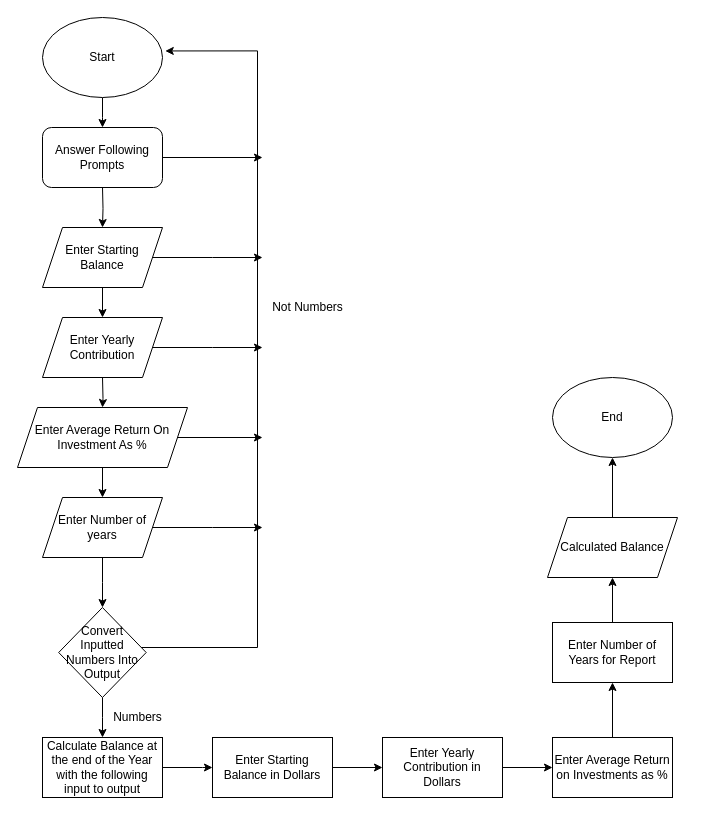
This is AdvPseudoFlow-Diagram.drawio from WilsonTalentCenter/advpseudoflow-ns6600, a draw.io file, before an edit. Source tidied: cells renumbered, new cells numbered last; positions are measured from the earlier drawing's top-left corner, leaving out a move shared by most shapes. Both pictures are drawn from the tidied source at 100%, with x=0, y=0 at pixel (17, 17).
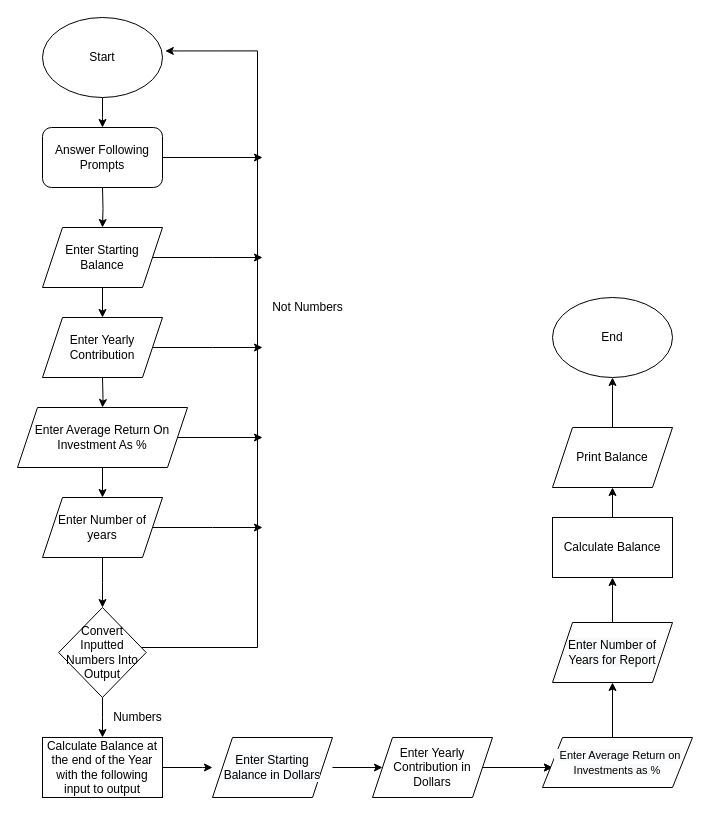
The same diagram, later.

Unchanged cells that the change refers to:
```xml
<mxCell id="33" value="Calculate Balance at the end of the Year with the following input to output" style="rounded=0;whiteSpace=wrap;html=1;" parent="1" vertex="1">
  <mxGeometry x="25" y="720" width="120" height="60" as="geometry" />
</mxCell>
```

Diff of the diagram source:
```diff
@@
-    <mxCell id="21" style="edgeStyle=orthogonalEdgeStyle;rounded=0;jettySize=auto;html=1;" parent="1" edge="1" source="22" target="27">
-      <mxGeometry relative="1" as="geometry" />
+    <mxCell id="21" style="edgeStyle=orthogonalEdgeStyle;rounded=0;orthogonalLoop=1;jettySize=auto;html=1;" parent="1" edge="1">
+      <mxGeometry relative="1" as="geometry">
+        <mxPoint x="315" y="750" as="sourcePoint" />
+        <mxPoint x="365" y="750" as="targetPoint" />
+      </mxGeometry>
     </mxCell>
-    <mxCell id="22" value="Enter Starting Balance in Dollars" style="whiteSpace=wrap;html=1;" parent="1" vertex="1">
-      <mxGeometry x="195" y="720" width="120" height="60" as="geometry" />
-    </mxCell>
@@
-    <mxCell id="26" style="edgeStyle=orthogonalEdgeStyle;rounded=0;jettySize=auto;html=1;" parent="1" edge="1" source="27" target="29">
+    <mxCell id="26" style="edgeStyle=orthogonalEdgeStyle;rounded=0;orthogonalLoop=1;jettySize=auto;html=1;" parent="1" edge="1">
       <mxGeometry relative="1" as="geometry">
+        <mxPoint x="485" y="750" as="sourcePoint" />
+        <mxPoint x="535" y="750" as="targetPoint" />
         <Array as="points">
-          <mxPoint x="435" y="780" />
-          <mxPoint x="435" y="780" />
+          <mxPoint x="485" y="750" />
+          <mxPoint x="485" y="750" />
         </Array>
       </mxGeometry>
     </mxCell>
-    <mxCell id="27" value="Enter Yearly Contribution in Dollars" style="whiteSpace=wrap;html=1;" parent="1" vertex="1">
-      <mxGeometry x="365" y="720" width="120" height="60" as="geometry" />
-    </mxCell>
-    <mxCell id="28" style="edgeStyle=orthogonalEdgeStyle;rounded=0;jettySize=auto;html=1;" parent="1" edge="1" source="29" target="31">
-      <mxGeometry relative="1" as="geometry" />
+    <mxCell id="28" style="edgeStyle=orthogonalEdgeStyle;rounded=0;orthogonalLoop=1;jettySize=auto;html=1;" parent="1" edge="1">
+      <mxGeometry relative="1" as="geometry">
+        <mxPoint x="595" y="720" as="sourcePoint" />
+        <mxPoint x="595" y="665" as="targetPoint" />
+      </mxGeometry>
     </mxCell>
-    <mxCell id="29" value="Enter Average Return on Investments as %" style="whiteSpace=wrap;html=1;" parent="1" vertex="1">
-      <mxGeometry x="535" y="720" width="120" height="60" as="geometry" />
-    </mxCell>
-    <mxCell id="30" style="edgeStyle=orthogonalEdgeStyle;rounded=0;jettySize=auto;html=1;" parent="1" edge="1" source="31" target="35">
-      <mxGeometry relative="1" as="geometry" />
+    <mxCell id="30" style="edgeStyle=orthogonalEdgeStyle;rounded=0;orthogonalLoop=1;jettySize=auto;html=1;" parent="1" edge="1">
+      <mxGeometry relative="1" as="geometry">
+        <mxPoint x="595" y="605" as="sourcePoint" />
+        <mxPoint x="595" y="560" as="targetPoint" />
+      </mxGeometry>
     </mxCell>
-    <mxCell id="31" value="Enter Number of Years for Report" style="whiteSpace=wrap;html=1;" parent="1" vertex="1">
-      <mxGeometry x="535" y="605" width="120" height="60" as="geometry" />
-    </mxCell>
-    <mxCell id="32" style="edgeStyle=orthogonalEdgeStyle;rounded=0;jettySize=auto;html=1;entryX=0;entryY=0.5;entryDx=0;entryDy=0;" parent="1" edge="1" source="33" target="22">
+    <mxCell id="32" style="edgeStyle=orthogonalEdgeStyle;rounded=0;jettySize=auto;html=1;entryX=0;entryY=0.5;entryDx=0;entryDy=0;" parent="1" edge="1" source="33">
       <mxGeometry relative="1" as="geometry">
+        <mxPoint x="195" y="750" as="targetPoint" />
         <Array as="points">
           <mxPoint x="185" y="750" />
           <mxPoint x="185" y="750" />
         </Array>
       </mxGeometry>
     </mxCell>
@@
-    <mxCell id="34" style="edgeStyle=orthogonalEdgeStyle;rounded=0;jettySize=auto;html=1;" parent="1" edge="1" source="35" target="36">
-      <mxGeometry relative="1" as="geometry" />
+    <mxCell id="34" style="edgeStyle=orthogonalEdgeStyle;rounded=0;orthogonalLoop=1;jettySize=auto;html=1;" parent="1" edge="1">
+      <mxGeometry relative="1" as="geometry">
+        <mxPoint x="595" y="500" as="sourcePoint" />
+        <mxPoint x="595" y="470" as="targetPoint" />
+      </mxGeometry>
     </mxCell>
-    <mxCell id="35" value="Calculated Balance" style="shape=parallelogram;perimeter=parallelogramPerimeter;whiteSpace=wrap;html=1;fixedSize=1;" parent="1" vertex="1">
-      <mxGeometry x="530" y="500" width="130" height="60" as="geometry" />
-    </mxCell>
     <mxCell id="36" value="End" style="ellipse;whiteSpace=wrap;html=1;" parent="1" vertex="1">
-      <mxGeometry x="535" y="360" width="120" height="80" as="geometry" />
+      <mxGeometry x="535" y="280" width="120" height="80" as="geometry" />
     </mxCell>
+    <mxCell id="22" value="&#10;&#10;&lt;span style=&quot;color: rgb(0, 0, 0); font-family: helvetica; font-size: 12px; font-style: normal; font-weight: 400; letter-spacing: normal; text-align: center; text-indent: 0px; text-transform: none; word-spacing: 0px; background-color: rgb(248, 249, 250); display: inline; float: none;&quot;&gt;Enter Starting Balance in Dollars&lt;/span&gt;&#10;&#10;" style="shape=parallelogram;perimeter=parallelogramPerimeter;whiteSpace=wrap;html=1;fixedSize=1;" parent="1" vertex="1">
+      <mxGeometry x="195" y="720" width="120" height="60" as="geometry" />
+    </mxCell>
+    <mxCell id="37" style="edgeStyle=orthogonalEdgeStyle;rounded=0;jettySize=auto;html=1;" parent="1" edge="1" source="27">
+      <mxGeometry relative="1" as="geometry">
+        <mxPoint x="535" y="750" as="targetPoint" />
+      </mxGeometry>
+    </mxCell>
+    <mxCell id="27" value="&lt;span&gt;Enter Yearly Contribution in Dollars&lt;/span&gt;" style="shape=parallelogram;perimeter=parallelogramPerimeter;whiteSpace=wrap;html=1;fixedSize=1;" parent="1" vertex="1">
+      <mxGeometry x="355" y="720" width="120" height="60" as="geometry" />
+    </mxCell>
+    <mxCell id="29" value="&lt;font style=&quot;font-size: 11px&quot;&gt;&lt;span style=&quot;color: rgb(0 , 0 , 0) ; font-family: &amp;#34;helvetica&amp;#34; ; font-style: normal ; font-weight: 400 ; letter-spacing: normal ; text-align: center ; text-indent: 0px ; text-transform: none ; word-spacing: 0px ; background-color: rgb(248 , 249 , 250) ; display: inline ; float: none&quot;&gt;&amp;nbsp; Enter Average Return on Investments as %&lt;/span&gt;&lt;br&gt;&lt;/font&gt;" style="shape=parallelogram;perimeter=parallelogramPerimeter;whiteSpace=wrap;html=1;fixedSize=1;" parent="1" vertex="1">
+      <mxGeometry x="525" y="720" width="150" height="50" as="geometry" />
+    </mxCell>
+    <mxCell id="31" value="&#10;&#10;&lt;span style=&quot;color: rgb(0, 0, 0); font-family: helvetica; font-size: 12px; font-style: normal; font-weight: 400; letter-spacing: normal; text-align: center; text-indent: 0px; text-transform: none; word-spacing: 0px; background-color: rgb(248, 249, 250); display: inline; float: none;&quot;&gt;Enter Number of Years for Report&lt;/span&gt;&#10;&#10;" style="shape=parallelogram;perimeter=parallelogramPerimeter;whiteSpace=wrap;html=1;fixedSize=1;" parent="1" vertex="1">
+      <mxGeometry x="535" y="605" width="120" height="60" as="geometry" />
+    </mxCell>
+    <mxCell id="38" value="Calculate Balance" style="rounded=0;whiteSpace=wrap;html=1;" parent="1" vertex="1">
+      <mxGeometry x="535" y="500" width="120" height="60" as="geometry" />
+    </mxCell>
+    <mxCell id="39" style="edgeStyle=orthogonalEdgeStyle;rounded=0;jettySize=auto;html=1;entryX=0.5;entryY=1;entryDx=0;entryDy=0;" parent="1" edge="1" source="40" target="36">
+      <mxGeometry relative="1" as="geometry" />
+    </mxCell>
+    <mxCell id="40" value="Print Balance" style="shape=parallelogram;perimeter=parallelogramPerimeter;whiteSpace=wrap;html=1;fixedSize=1;" parent="1" vertex="1">
+      <mxGeometry x="535" y="410" width="120" height="60" as="geometry" />
+    </mxCell>
```
